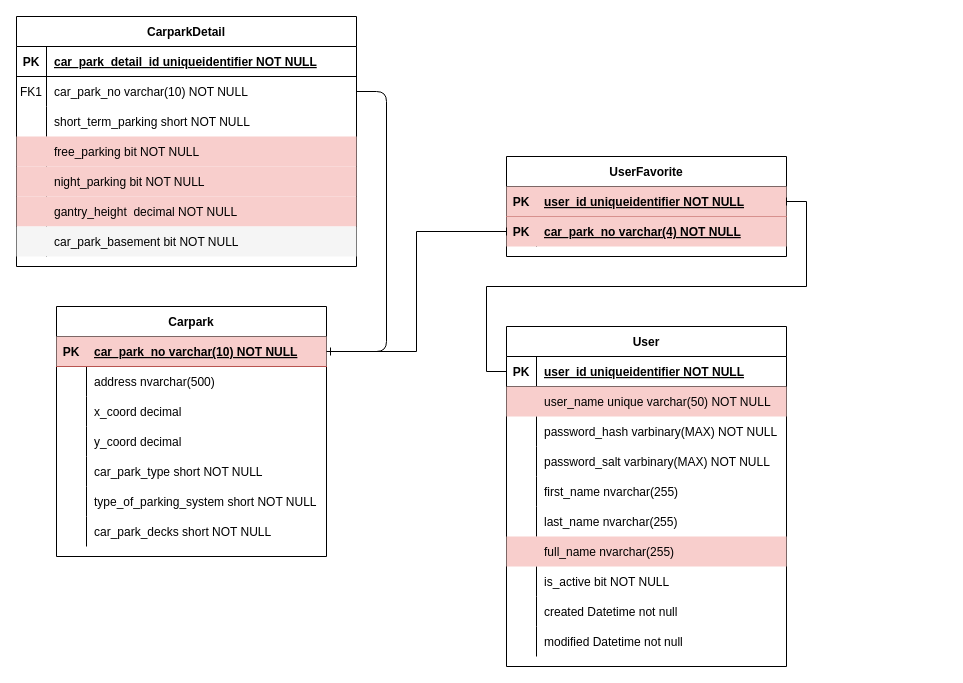
Above: Untitled Diagram.drawio in A41056/ERD (draw.io), before the change. Source tidied: cells renumbered, new cells numbered last; positions are measured from the earlier drawing's top-left corner, leaving out a move shared by most shapes. Both pictures are drawn from the tidied source at 100%, with x=0, y=0 at pixel (16, 16).
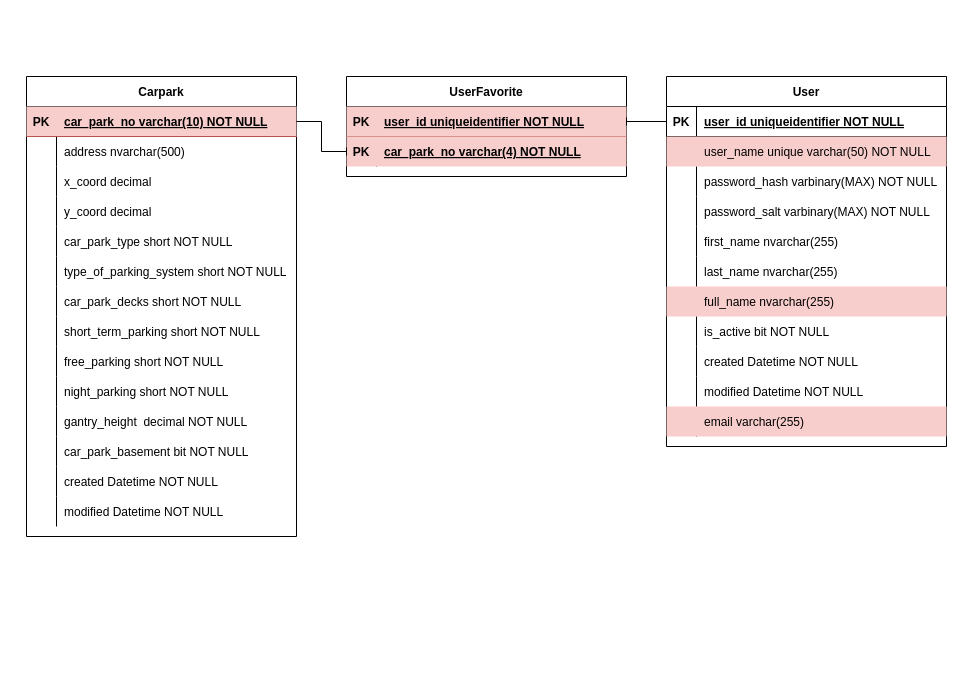
The same diagram, later.

The change refers to these unchanged cells:
```xml
<mxCell id="50" style="shape=partialRectangle;fillColor=none;top=0;left=0;right=0;bottom=0;" parent="25" vertex="1">
  <mxGeometry y="270" width="280" height="30" as="geometry" />
</mxCell>
<mxCell id="53" style="shape=partialRectangle;fillColor=none;top=0;left=0;right=0;bottom=0;" parent="25" vertex="1">
  <mxGeometry y="300" width="280" height="30" as="geometry" />
</mxCell>
<mxCell id="57" style="shape=partialRectangle;fillColor=#f8cecc;points=[[0,0.5],[1,0.5]];portConstraint=eastwest;top=0;left=0;right=0;bottom=1;labelBackgroundColor=none;strokeColor=#b85450;" parent="56" vertex="1">
  <mxGeometry y="30" width="270" height="30" as="geometry" />
</mxCell>
```

What changed in the source:
```diff
@@
-    <mxCell id="2" style="edgeStyle=entityRelationEdgeStyle;endArrow=baseDash;startArrow=ERone;endFill=0;startFill=0;" parent="1" edge="1" source="57" target="7">
-      <mxGeometry relative="1" as="geometry" />
-    </mxCell>
-    <mxCell id="3" value="CarparkDetail" style="shape=table;startSize=30;childLayout=tableLayout;rowLines=0;fontStyle=1;align=center;" parent="1" vertex="1">
-      <mxGeometry width="340" height="250" as="geometry" />
-    </mxCell>
-    <mxCell id="4" style="shape=partialRectangle;fillColor=none;top=0;left=0;right=0;bottom=1;" parent="3" vertex="1">
-      <mxGeometry y="30" width="340" height="30" as="geometry" />
-    </mxCell>
-    <mxCell id="5" value="PK" style="shape=partialRectangle;overflow=hidden;fillColor=none;top=0;left=0;bottom=0;right=0;fontStyle=1;" parent="4" vertex="1">
-      <mxGeometry width="30" height="30" as="geometry" />
-    </mxCell>
-    <mxCell id="6" value="car_park_detail_id uniqueidentifier NOT NULL" style="shape=partialRectangle;overflow=hidden;fillColor=none;top=0;left=0;bottom=0;right=0;align=left;spacingLeft=6;fontStyle=5;" parent="4" vertex="1">
-      <mxGeometry x="30" width="310" height="30" as="geometry" />
-    </mxCell>
-    <mxCell id="7" style="shape=partialRectangle;fillColor=none;points=[[0,0.5],[1,0.5]];portConstraint=eastwest;top=0;left=0;right=0;bottom=0;" parent="3" vertex="1">
-      <mxGeometry y="60" width="340" height="30" as="geometry" />
-    </mxCell>
-    <mxCell id="8" value="FK1" style="shape=partialRectangle;overflow=hidden;fillColor=none;top=0;left=0;bottom=0;right=0;" parent="7" vertex="1">
-      <mxGeometry width="30" height="30" as="geometry" />
-    </mxCell>
-    <mxCell id="9" value="car_park_no varchar(10) NOT NULL" style="shape=partialRectangle;overflow=hidden;fillColor=none;top=0;left=0;bottom=0;right=0;align=left;spacingLeft=6;" parent="7" vertex="1">
-      <mxGeometry x="30" width="310" height="30" as="geometry" />
-    </mxCell>
-    <mxCell id="10" style="shape=partialRectangle;fillColor=none;top=0;left=0;right=0;bottom=0;" parent="3" vertex="1">
-      <mxGeometry y="90" width="340" height="30" as="geometry" />
-    </mxCell>
-    <mxCell id="11" style="shape=partialRectangle;overflow=hidden;fillColor=none;top=0;left=0;bottom=0;right=0;" parent="10" vertex="1">
-      <mxGeometry width="30" height="30" as="geometry" />
-    </mxCell>
-    <mxCell id="12" value="short_term_parking short NOT NULL" style="shape=partialRectangle;overflow=hidden;fillColor=none;top=0;left=0;bottom=0;right=0;align=left;spacingLeft=6;" parent="10" vertex="1">
-      <mxGeometry x="30" width="310" height="30" as="geometry" />
-    </mxCell>
-    <mxCell id="13" style="shape=partialRectangle;fillColor=#f8cecc;top=0;left=0;right=0;bottom=0;strokeColor=#b85450;" parent="3" vertex="1">
-      <mxGeometry y="120" width="340" height="30" as="geometry" />
-    </mxCell>
-    <mxCell id="14" style="shape=partialRectangle;overflow=hidden;fillColor=none;top=0;left=0;bottom=0;right=0;" parent="13" vertex="1">
-      <mxGeometry width="30" height="30" as="geometry" />
-    </mxCell>
-    <mxCell id="15" value="free_parking bit NOT NULL" style="shape=partialRectangle;overflow=hidden;fillColor=none;top=0;left=0;bottom=0;right=0;align=left;spacingLeft=6;" parent="13" vertex="1">
-      <mxGeometry x="30" width="310" height="30" as="geometry" />
-    </mxCell>
-    <mxCell id="16" style="shape=partialRectangle;fillColor=#f8cecc;top=0;left=0;right=0;bottom=0;strokeColor=#b85450;" parent="3" vertex="1">
-      <mxGeometry y="150" width="340" height="30" as="geometry" />
-    </mxCell>
-    <mxCell id="17" style="shape=partialRectangle;overflow=hidden;fillColor=none;top=0;left=0;bottom=0;right=0;" parent="16" vertex="1">
-      <mxGeometry width="30" height="30" as="geometry" />
-    </mxCell>
-    <mxCell id="18" value="night_parking bit NOT NULL" style="shape=partialRectangle;overflow=hidden;fillColor=none;top=0;left=0;bottom=0;right=0;align=left;spacingLeft=6;" parent="16" vertex="1">
-      <mxGeometry x="30" width="310" height="30" as="geometry" />
-    </mxCell>
-    <mxCell id="19" style="shape=partialRectangle;fillColor=#f8cecc;top=0;left=0;right=0;bottom=0;strokeColor=#b85450;" parent="3" vertex="1">
-      <mxGeometry y="180" width="340" height="30" as="geometry" />
-    </mxCell>
-    <mxCell id="20" style="shape=partialRectangle;overflow=hidden;fillColor=none;top=0;left=0;bottom=0;right=0;" parent="19" vertex="1">
-      <mxGeometry width="30" height="30" as="geometry" />
-    </mxCell>
-    <mxCell id="21" value="gantry_height  decimal NOT NULL" style="shape=partialRectangle;overflow=hidden;fillColor=none;top=0;left=0;bottom=0;right=0;align=left;spacingLeft=6;" parent="19" vertex="1">
-      <mxGeometry x="30" width="310" height="30" as="geometry" />
-    </mxCell>
-    <mxCell id="22" style="shape=partialRectangle;top=0;left=0;right=0;bottom=0;fillColor=#f5f5f5;fontColor=#333333;strokeColor=#666666;" parent="3" vertex="1">
-      <mxGeometry y="210" width="340" height="30" as="geometry" />
-    </mxCell>
-    <mxCell id="23" style="shape=partialRectangle;overflow=hidden;fillColor=none;top=0;left=0;bottom=0;right=0;" parent="22" vertex="1">
-      <mxGeometry width="30" height="30" as="geometry" />
-    </mxCell>
-    <mxCell id="24" value="car_park_basement bit NOT NULL" style="shape=partialRectangle;overflow=hidden;fillColor=none;top=0;left=0;bottom=0;right=0;align=left;spacingLeft=6;" parent="22" vertex="1">
-      <mxGeometry x="30" width="310" height="30" as="geometry" />
-    </mxCell>
     <mxCell id="25" value="User" style="shape=table;startSize=30;childLayout=tableLayout;rowLines=0;fontStyle=1;align=center;" parent="1" vertex="1">
-      <mxGeometry x="490" y="310" width="280" height="340" as="geometry" />
+      <mxGeometry x="650" y="60" width="280" height="370" as="geometry" />
     </mxCell>
@@
-    <mxCell id="52" value="created Datetime not null" style="shape=partialRectangle;overflow=hidden;fillColor=none;top=0;left=0;bottom=0;right=0;align=left;spacingLeft=6;" parent="50" vertex="1">
+    <mxCell id="52" value="created Datetime NOT NULL" style="shape=partialRectangle;overflow=hidden;fillColor=none;top=0;left=0;bottom=0;right=0;align=left;spacingLeft=6;" parent="50" vertex="1">
       <mxGeometry x="30" width="250" height="30" as="geometry" />
     </mxCell>
@@
-    <mxCell id="55" value="modified Datetime not null" style="shape=partialRectangle;overflow=hidden;fillColor=none;top=0;left=0;bottom=0;right=0;align=left;spacingLeft=6;" parent="53" vertex="1">
+    <mxCell id="55" value="modified Datetime NOT NULL" style="shape=partialRectangle;overflow=hidden;fillColor=none;top=0;left=0;bottom=0;right=0;align=left;spacingLeft=6;" parent="53" vertex="1">
       <mxGeometry x="30" width="250" height="30" as="geometry" />
     </mxCell>
+    <mxCell id="87" style="shape=partialRectangle;fillColor=#f8cecc;top=0;left=0;right=0;bottom=0;strokeColor=#b85450;" parent="25" vertex="1">
+      <mxGeometry y="330" width="280" height="30" as="geometry" />
+    </mxCell>
+    <mxCell id="88" style="shape=partialRectangle;overflow=hidden;fillColor=none;top=0;left=0;bottom=0;right=0;" parent="87" vertex="1">
+      <mxGeometry width="30" height="30" as="geometry" />
+    </mxCell>
+    <mxCell id="89" value="email varchar(255)" style="shape=partialRectangle;overflow=hidden;fillColor=none;top=0;left=0;bottom=0;right=0;align=left;spacingLeft=6;" parent="87" vertex="1">
+      <mxGeometry x="30" width="250" height="30" as="geometry" />
+    </mxCell>
     <mxCell id="56" value="Carpark" style="shape=table;startSize=30;childLayout=tableLayout;rowLines=0;fontStyle=1;align=center;" parent="1" vertex="1">
-      <mxGeometry x="40" y="290" width="270" height="250" as="geometry" />
+      <mxGeometry x="10" y="60" width="270" height="460" as="geometry" />
     </mxCell>
@@
+    <mxCell id="90" style="shape=partialRectangle;fillColor=none;top=0;left=0;right=0;bottom=0;" parent="56" vertex="1">
+      <mxGeometry y="240" width="270" height="30" as="geometry" />
+    </mxCell>
+    <mxCell id="91" style="shape=partialRectangle;overflow=hidden;fillColor=none;top=0;left=0;bottom=0;right=0;" parent="90" vertex="1">
+      <mxGeometry width="30" height="30" as="geometry" />
+    </mxCell>
+    <mxCell id="12" value="short_term_parking short NOT NULL" style="shape=partialRectangle;overflow=hidden;fillColor=none;top=0;left=0;bottom=0;right=0;align=left;spacingLeft=6;" parent="90" vertex="1">
+      <mxGeometry x="30" width="240" height="30" as="geometry" />
+    </mxCell>
+    <mxCell id="92" style="shape=partialRectangle;fillColor=none;top=0;left=0;right=0;bottom=0;" parent="56" vertex="1">
+      <mxGeometry y="270" width="270" height="30" as="geometry" />
+    </mxCell>
+    <mxCell id="93" style="shape=partialRectangle;overflow=hidden;fillColor=none;top=0;left=0;bottom=0;right=0;" parent="92" vertex="1">
+      <mxGeometry width="30" height="30" as="geometry" />
+    </mxCell>
+    <mxCell id="94" value="free_parking short NOT NULL" style="shape=partialRectangle;overflow=hidden;fillColor=none;top=0;left=0;bottom=0;right=0;align=left;spacingLeft=6;" parent="92" vertex="1">
+      <mxGeometry x="30" width="240" height="30" as="geometry" />
+    </mxCell>
+    <mxCell id="95" style="shape=partialRectangle;fillColor=none;top=0;left=0;right=0;bottom=0;" parent="56" vertex="1">
+      <mxGeometry y="300" width="270" height="30" as="geometry" />
+    </mxCell>
+    <mxCell id="96" style="shape=partialRectangle;overflow=hidden;fillColor=none;top=0;left=0;bottom=0;right=0;" parent="95" vertex="1">
+      <mxGeometry width="30" height="30" as="geometry" />
+    </mxCell>
+    <mxCell id="97" value="night_parking short NOT NULL" style="shape=partialRectangle;overflow=hidden;fillColor=none;top=0;left=0;bottom=0;right=0;align=left;spacingLeft=6;" parent="95" vertex="1">
+      <mxGeometry x="30" width="240" height="30" as="geometry" />
+    </mxCell>
+    <mxCell id="98" style="shape=partialRectangle;fillColor=none;top=0;left=0;right=0;bottom=0;" parent="56" vertex="1">
+      <mxGeometry y="330" width="270" height="30" as="geometry" />
+    </mxCell>
+    <mxCell id="99" style="shape=partialRectangle;overflow=hidden;fillColor=none;top=0;left=0;bottom=0;right=0;" parent="98" vertex="1">
+      <mxGeometry width="30" height="30" as="geometry" />
+    </mxCell>
+    <mxCell id="21" value="gantry_height  decimal NOT NULL" style="shape=partialRectangle;overflow=hidden;fillColor=none;top=0;left=0;bottom=0;right=0;align=left;spacingLeft=6;" parent="98" vertex="1">
+      <mxGeometry x="30" width="240" height="30" as="geometry" />
+    </mxCell>
+    <mxCell id="100" style="shape=partialRectangle;fillColor=none;top=0;left=0;right=0;bottom=0;" parent="56" vertex="1">
+      <mxGeometry y="360" width="270" height="30" as="geometry" />
+    </mxCell>
+    <mxCell id="101" style="shape=partialRectangle;overflow=hidden;fillColor=none;top=0;left=0;bottom=0;right=0;" parent="100" vertex="1">
+      <mxGeometry width="30" height="30" as="geometry" />
+    </mxCell>
+    <mxCell id="24" value="car_park_basement bit NOT NULL" style="shape=partialRectangle;overflow=hidden;fillColor=none;top=0;left=0;bottom=0;right=0;align=left;spacingLeft=6;" parent="100" vertex="1">
+      <mxGeometry x="30" width="240" height="30" as="geometry" />
+    </mxCell>
+    <mxCell id="102" style="shape=partialRectangle;fillColor=none;top=0;left=0;right=0;bottom=0;" parent="56" vertex="1">
+      <mxGeometry y="390" width="270" height="30" as="geometry" />
+    </mxCell>
+    <mxCell id="103" style="shape=partialRectangle;overflow=hidden;fillColor=none;top=0;left=0;bottom=0;right=0;" parent="102" vertex="1">
+      <mxGeometry width="30" height="30" as="geometry" />
+    </mxCell>
+    <mxCell id="104" value="created Datetime NOT NULL" style="shape=partialRectangle;overflow=hidden;fillColor=none;top=0;left=0;bottom=0;right=0;align=left;spacingLeft=6;" parent="102" vertex="1">
+      <mxGeometry x="30" width="240" height="30" as="geometry" />
+    </mxCell>
+    <mxCell id="105" style="shape=partialRectangle;fillColor=none;top=0;left=0;right=0;bottom=0;" parent="56" vertex="1">
+      <mxGeometry y="420" width="270" height="30" as="geometry" />
+    </mxCell>
+    <mxCell id="106" style="shape=partialRectangle;overflow=hidden;fillColor=none;top=0;left=0;bottom=0;right=0;" parent="105" vertex="1">
+      <mxGeometry width="30" height="30" as="geometry" />
+    </mxCell>
+    <mxCell id="107" value="modified Datetime NOT NULL" style="shape=partialRectangle;overflow=hidden;fillColor=none;top=0;left=0;bottom=0;right=0;align=left;spacingLeft=6;" parent="105" vertex="1">
+      <mxGeometry x="30" width="240" height="30" as="geometry" />
+    </mxCell>
     <mxCell id="78" value="UserFavorite" style="shape=table;startSize=30;childLayout=tableLayout;rowLines=0;fontStyle=1;align=center;" parent="1" vertex="1">
-      <mxGeometry x="490" y="140" width="280" height="100" as="geometry" />
+      <mxGeometry x="330" y="60" width="280" height="100" as="geometry" />
     </mxCell>
```
